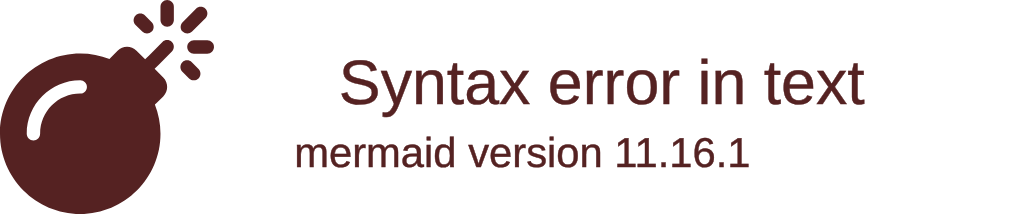
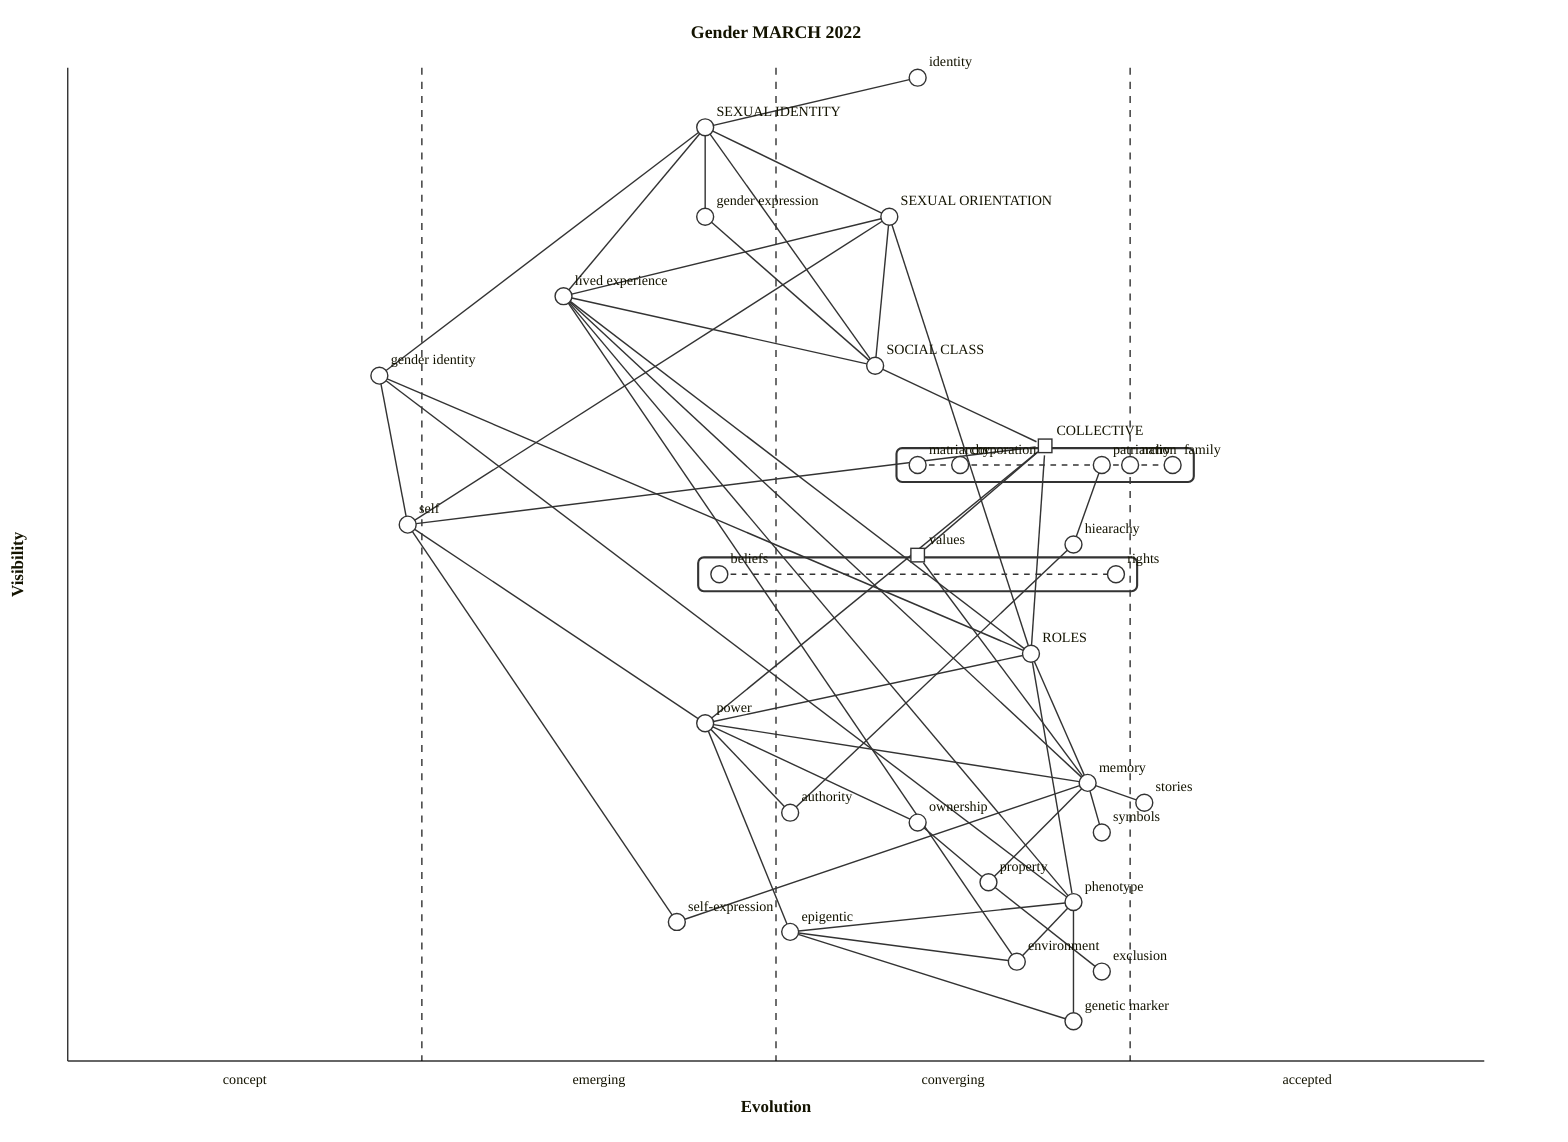
wardley-beta

title Gender MARCH 2022
size [1100, 800]

component "identity" [0.99, 0.60]
component "phenotype" [0.16, 0.71]

component "SEXUAL IDENTITY" [0.94, 0.45]

component "genetic marker" [0.04, 0.71]
component "epigentic" [0.13, 0.51]
component "environment" [0.10, 0.67]
component "lived experience" [0.77, 0.35]

component "COLLECTIVE" [0.60, 0.66]
- pipeline "SEXUAL IDENTITY" {
+ pipeline "COLLECTIVE" {
  component "patriarchy" [0.73]
  component "nation" [0.75]
  component "family" [0.78]
  component "corporation" [0.63]
  component "matriarchy" [0.60]

}

component "values" [0.49, 0.62]
pipeline "values" {
-   component "hiearachy" [0.71]
+   component "rights" [0.74]
+   component "beliefs" [0.46]
}
- component "rights" [0.74]
- component "beliefs" [0.46]

component "ROLES" [0.41, 0.68]

component "memory" [0.28, 0.72]
component "stories" [0.26, 0.76]
component "symbols" [0.23, 0.73]
component "gender identity" [0.69, 0.22]

component "SEXUAL ORIENTATION" [0.85, 0.58]

component "self" [0.54, 0.24]
component "gender expression" [0.85, 0.45]
component "power" [0.34, 0.45]

component "authority" [0.25, 0.51]
+ component "hiearachy" [0.52, 0.71]
component "ownership" [0.24, 0.60]
component "exclusion" [0.09, 0.73]
component "property" [0.18, 0.65]
component "self-expression" [0.14, 0.43]

component "SOCIAL CLASS" [0.70, 0.57]

"identity" -> "SEXUAL IDENTITY"
"phenotype" -> "epigentic"
"phenotype" -> "environment"
"SEXUAL IDENTITY" -> "lived experience"
"lived experience" -> "phenotype"

evolution concept -> emerging -> converging -> accepted
"society" -> "ROLES"
"ROLES" -> "phenotype"
"phenotype" -> "genetic sex"
"epigentic" -> "environment"
"lived experience" -> "memory"
"ROLES" -> "memory"
"memory" -> "symbols"
"memory" -> "stories"
"lived experience" -> "ROLES"
"COLLECTIVE" -> "values"
"COLLECTIVE" -> "ROLES"
"lived experience" -> "environment"
"SEXUAL IDENTITY" -> "gender identity"
"gender identity" -> "phenotype"
"gender identity" -> "ROLES"
"values" -> "memory"
"SEXUAL IDENTITY" -> "SEXUAL ORIENTATION"

"lived experience" -> "SEXUAL ORIENTATION"
"ROLES" -> "SEXUAL ORIENTATION"
"gender identity" -> "self"
"SEXUAL IDENTITY" -> "gender expression"
"COLLECTIVE" -> "power"
"ROLES" -> "power"
"self" -> "power"

"phenotype" -> "genetic marker"
"SEXUAL ORIENTATION" -> "self"
"COLLECTIVE" -> "self"
"epigentic" -> "genetic marker"
"power" -> "epigentic"
"power" -> "authority"
"patriarchy" -> "hiearachy"
"hiearachy" -> "authority"
"exclusion" -> "property"
"property" -> "ownership"
"ownership" -> "power"
"power" -> "memory"
"memory" -> "property"
"memory" -> "self-expression"
"self" -> "self-expression"
"gender expression" -> "SOCIAL CLASS"
"SOCIAL CLASS" -> "COLLECTIVE"
"SEXUAL ORIENTATION" -> "SOCIAL CLASS"
"SEXUAL IDENTITY" -> "SOCIAL CLASS"
"lived experience" -> "SOCIAL CLASS"

